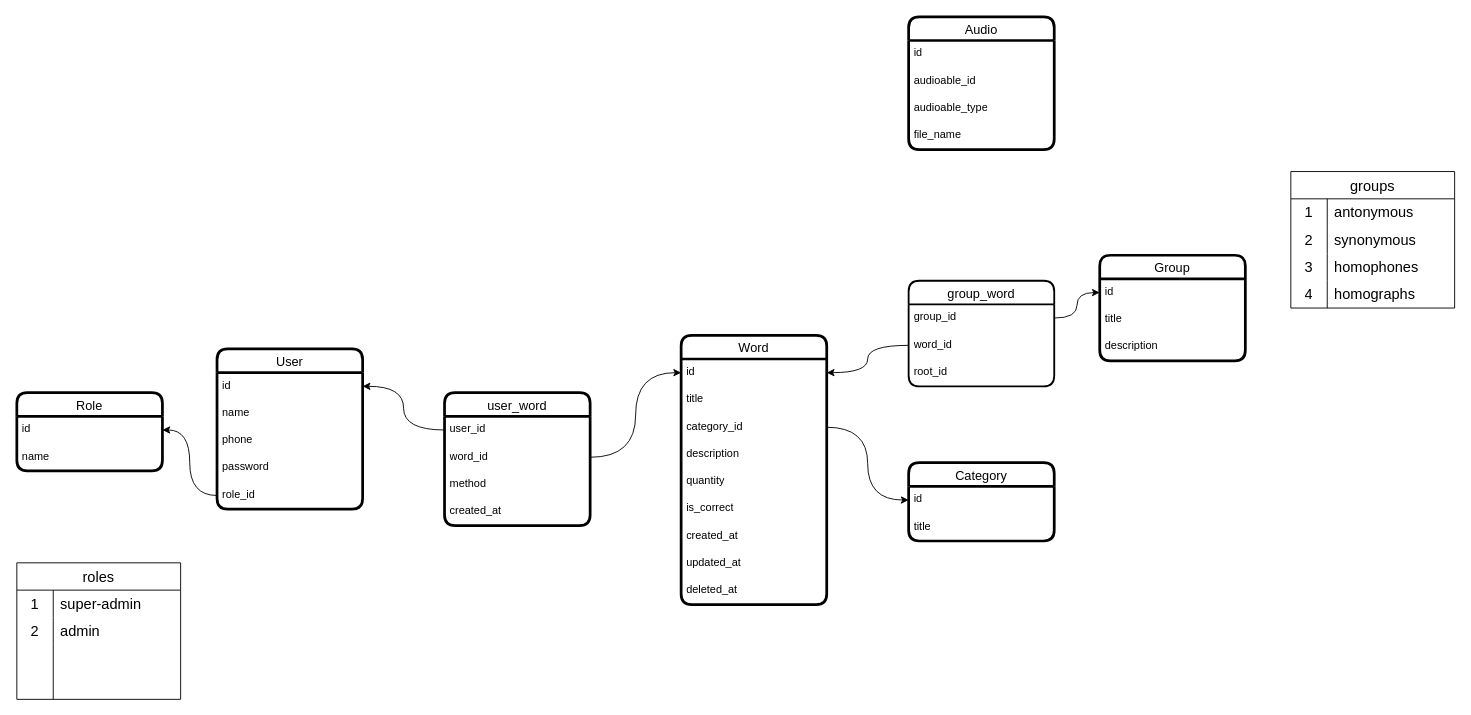
Earlier version of the draw.io diagram ts-backend.drawio (iztileuoff/databases). Source tidied: cells renumbered, new cells numbered last; positions are measured from the earlier drawing's top-left corner, leaving out a move shared by most shapes. Both pictures are drawn from the tidied source at 91%, with x=0, y=0 at pixel (16, 16).
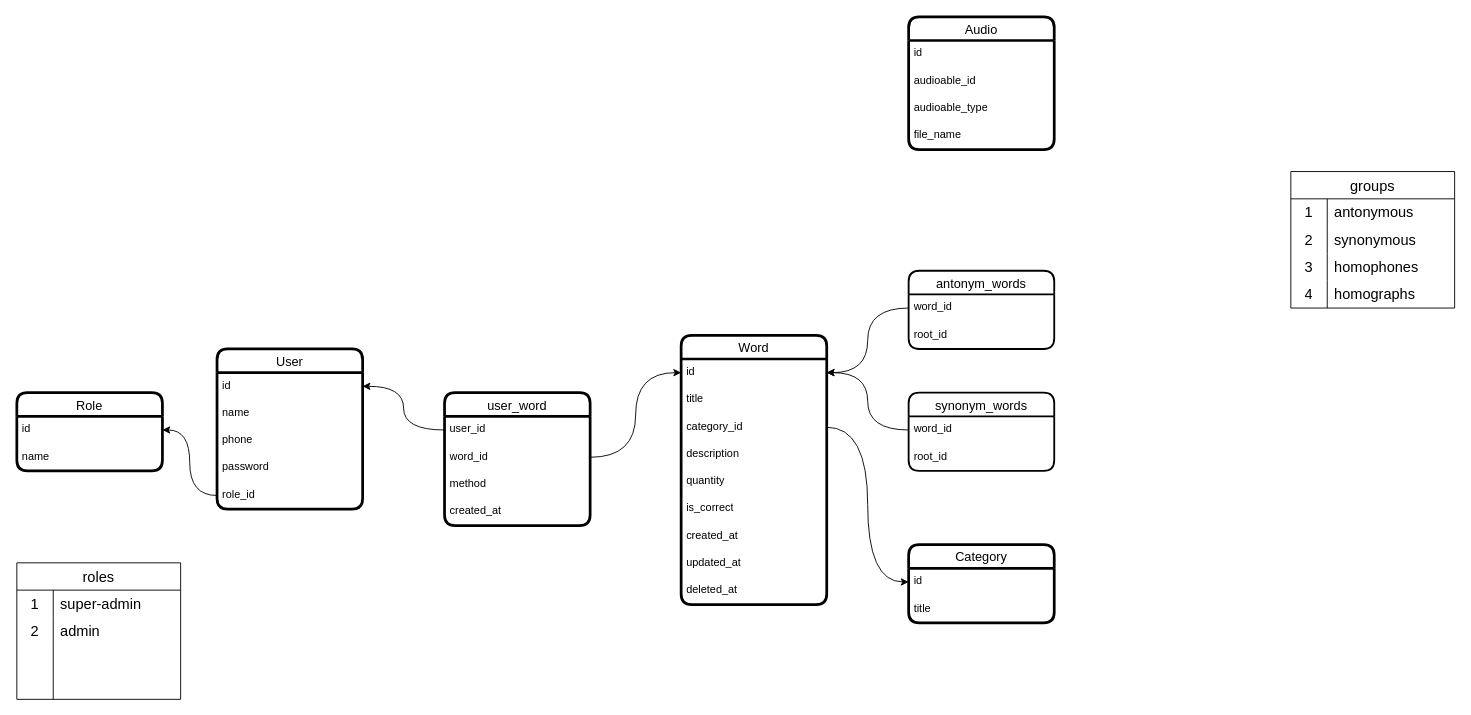
Above is the later version.

The change refers to these unchanged cells:
```xml
<mxCell id="12" value="id" style="text;strokeColor=none;fillColor=none;spacingLeft=4;spacingRight=4;overflow=hidden;points=[[0,0.5],[1,0.5]];portConstraint=eastwest;fontSize=12;whiteSpace=wrap;html=1;" parent="11" vertex="1">
  <mxGeometry y="26" width="160" height="30" as="geometry" />
</mxCell>
```

Change to the diagram source:
```diff
@@
     <mxCell id="21" value="Category" style="swimlane;fontStyle=0;horizontal=1;startSize=26;align=center;fontSize=14;rounded=1;strokeWidth=3;" parent="1" vertex="1">
-      <mxGeometry x="980" y="490" width="160" height="86" as="geometry" />
+      <mxGeometry x="980" y="580" width="160" height="86" as="geometry" />
     </mxCell>
@@
-    <mxCell id="42" value="Group" style="swimlane;fontStyle=0;horizontal=1;startSize=26;align=center;fontSize=14;rounded=1;strokeWidth=3;" parent="1" vertex="1">
-      <mxGeometry x="1190" y="262" width="160" height="116" as="geometry" />
-    </mxCell>
-    <mxCell id="43" value="id" style="text;strokeColor=none;fillColor=none;spacingLeft=4;spacingRight=4;overflow=hidden;points=[[0,0.5],[1,0.5]];portConstraint=eastwest;fontSize=12;whiteSpace=wrap;html=1;" parent="42" vertex="1">
-      <mxGeometry y="26" width="160" height="30" as="geometry" />
-    </mxCell>
-    <mxCell id="44" value="title" style="text;strokeColor=none;fillColor=none;spacingLeft=4;spacingRight=4;overflow=hidden;fontSize=12;whiteSpace=wrap;html=1;" parent="42" vertex="1">
-      <mxGeometry y="56" width="160" height="30" as="geometry" />
-    </mxCell>
-    <mxCell id="45" value="description" style="text;strokeColor=none;fillColor=none;spacingLeft=4;spacingRight=4;overflow=hidden;fontSize=12;whiteSpace=wrap;html=1;" parent="42" vertex="1">
-      <mxGeometry y="86" width="160" height="30" as="geometry" />
-    </mxCell>
-    <mxCell id="46" value="group_word" style="swimlane;fontStyle=0;horizontal=1;startSize=26;align=center;fontSize=14;rounded=1;strokeWidth=2;" parent="1" vertex="1">
-      <mxGeometry x="980" y="290" width="160" height="116" as="geometry" />
+    <mxCell id="46" value="antonym_words" style="swimlane;fontStyle=0;horizontal=1;startSize=26;align=center;fontSize=14;rounded=1;strokeWidth=2;" parent="1" vertex="1">
+      <mxGeometry x="980" y="279" width="160" height="86" as="geometry" />
     </mxCell>
-    <mxCell id="47" value="group_id" style="text;strokeColor=none;fillColor=none;spacingLeft=4;spacingRight=4;overflow=hidden;points=[[0,0.5],[1,0.5]];portConstraint=eastwest;fontSize=12;whiteSpace=wrap;html=1;" parent="46" vertex="1">
-      <mxGeometry y="26" width="160" height="30" as="geometry" />
-    </mxCell>
     <mxCell id="48" value="word_id" style="text;strokeColor=none;fillColor=none;spacingLeft=4;spacingRight=4;overflow=hidden;points=[[0,0.5],[1,0.5]];portConstraint=eastwest;fontSize=12;whiteSpace=wrap;html=1;" parent="46" vertex="1">
-      <mxGeometry y="56" width="160" height="30" as="geometry" />
+      <mxGeometry y="26" width="160" height="30" as="geometry" />
     </mxCell>
     <mxCell id="49" value="root_id" style="text;strokeColor=none;fillColor=none;spacingLeft=4;spacingRight=4;overflow=hidden;fontSize=12;whiteSpace=wrap;html=1;" parent="46" vertex="1">
-      <mxGeometry y="86" width="160" height="30" as="geometry" />
+      <mxGeometry y="56" width="160" height="30" as="geometry" />
     </mxCell>
-    <mxCell id="50" style="edgeStyle=orthogonalEdgeStyle;rounded=0;jettySize=auto;html=1;elbow=vertical;curved=1;" parent="1" edge="1" source="47" target="43">
-      <mxGeometry relative="1" as="geometry" />
-    </mxCell>
@@
+    <mxCell id="74" value="synonym_words" style="swimlane;fontStyle=0;horizontal=1;startSize=26;align=center;fontSize=14;rounded=1;strokeWidth=2;" parent="1" vertex="1">
+      <mxGeometry x="980" y="413" width="160" height="86" as="geometry" />
+    </mxCell>
+    <mxCell id="75" value="word_id" style="text;strokeColor=none;fillColor=none;spacingLeft=4;spacingRight=4;overflow=hidden;points=[[0,0.5],[1,0.5]];portConstraint=eastwest;fontSize=12;whiteSpace=wrap;html=1;" parent="74" vertex="1">
+      <mxGeometry y="26" width="160" height="30" as="geometry" />
+    </mxCell>
+    <mxCell id="76" value="root_id" style="text;strokeColor=none;fillColor=none;spacingLeft=4;spacingRight=4;overflow=hidden;fontSize=12;whiteSpace=wrap;html=1;" parent="74" vertex="1">
+      <mxGeometry y="56" width="160" height="30" as="geometry" />
+    </mxCell>
+    <mxCell id="77" style="edgeStyle=orthogonalEdgeStyle;rounded=0;jettySize=auto;html=1;entryX=1;entryY=0.5;entryDx=0;entryDy=0;curved=1;" parent="1" edge="1" source="75" target="12">
+      <mxGeometry relative="1" as="geometry" />
+    </mxCell>
```
